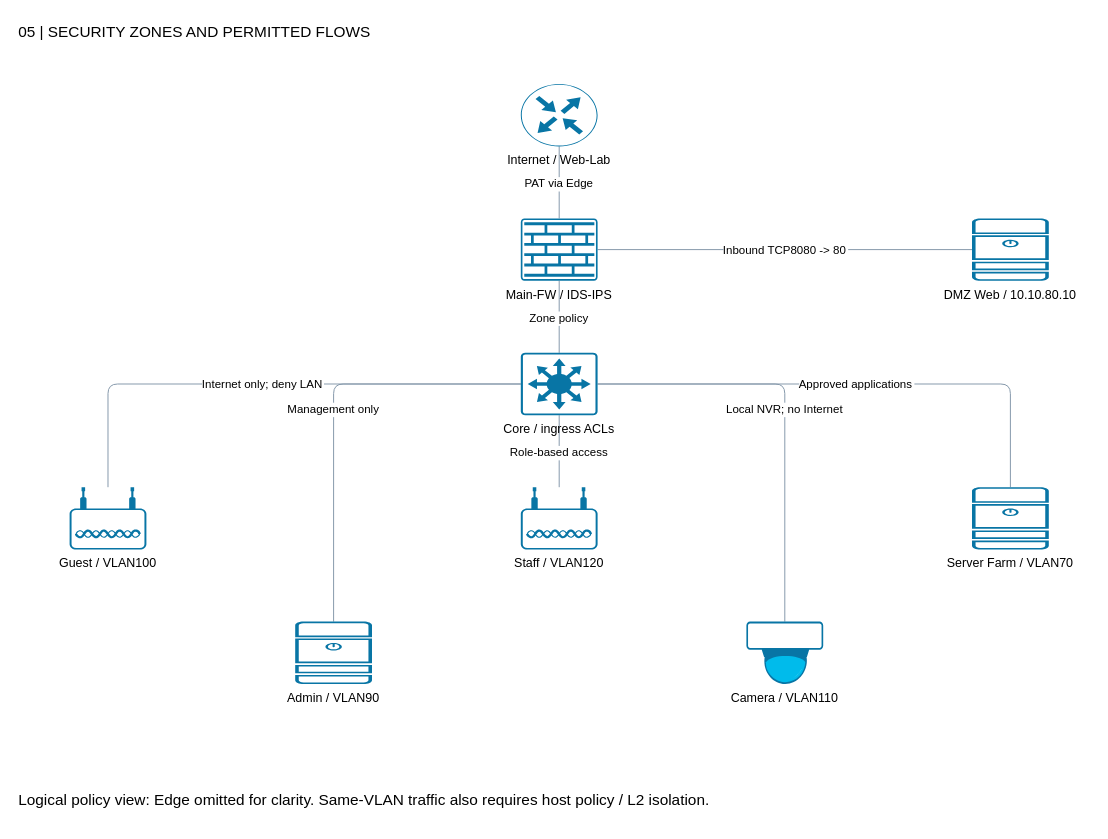
Dat-nguyen195/BTL_ComputerNetwork keeps this draw.io diagram as page "05 | SECURITY ZONES AND PERMITTED FLOWS" (5 of 9) of docs/02-design/diagrams/hospital-cisco.drawio. Above is the earlier version. Source tidied: cells renumbered, new cells numbered last; positions are measured from the earlier drawing's top-left corner, leaving out a move shared by most shapes. Both pictures are drawn from the tidied source at 96%, with x=0, y=0 at pixel (16, 16).
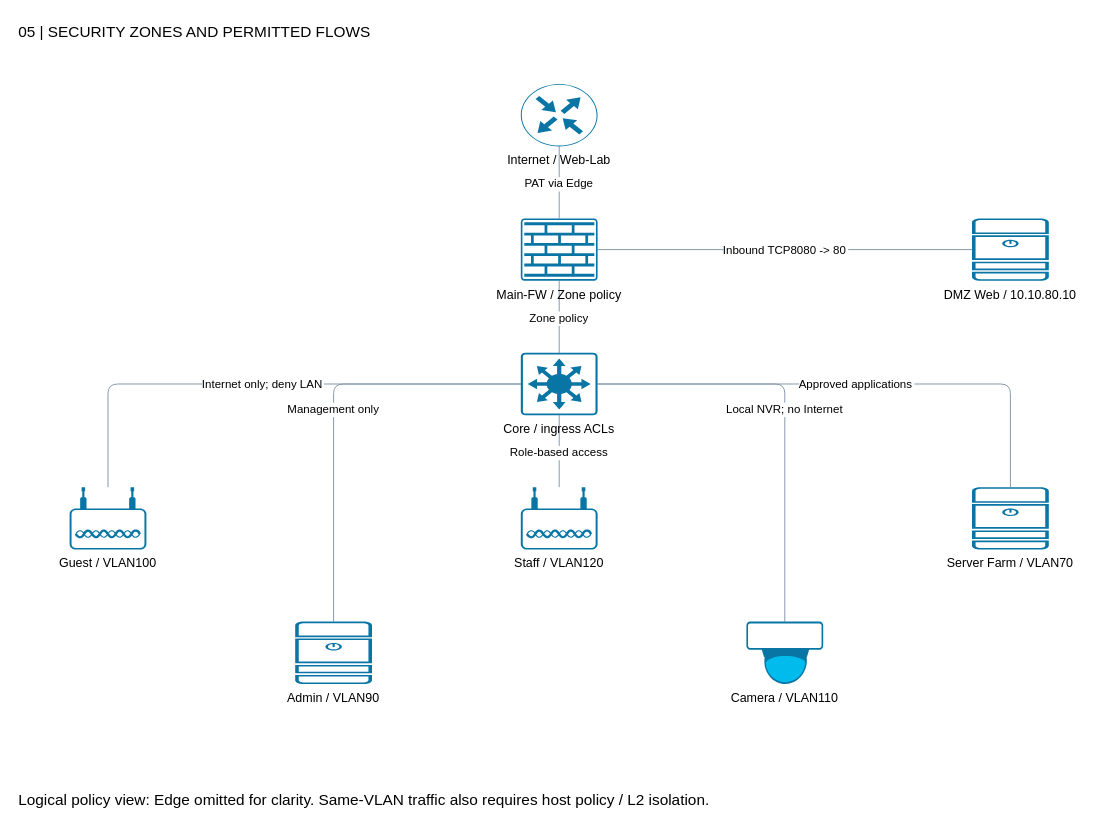
The same diagram, later.

Change to the diagram source:
```diff
@@
-    <mxCell id="13" value="Main-FW / IDS-IPS" style="shape=mxgraph.cisco19.firewall;fillColor=#0875a5;strokeColor=none;verticalLabelPosition=bottom;verticalAlign=top;align=center;fontSize=13;" parent="1" vertex="1">
+    <mxCell id="13" value="Main-FW / Zone policy" style="shape=mxgraph.cisco19.firewall;fillColor=#0875a5;strokeColor=none;verticalLabelPosition=bottom;verticalAlign=top;align=center;fontSize=13;" parent="1" vertex="1">
       <mxGeometry x="525" y="210" width="80" height="65" as="geometry" />
     </mxCell>
```
